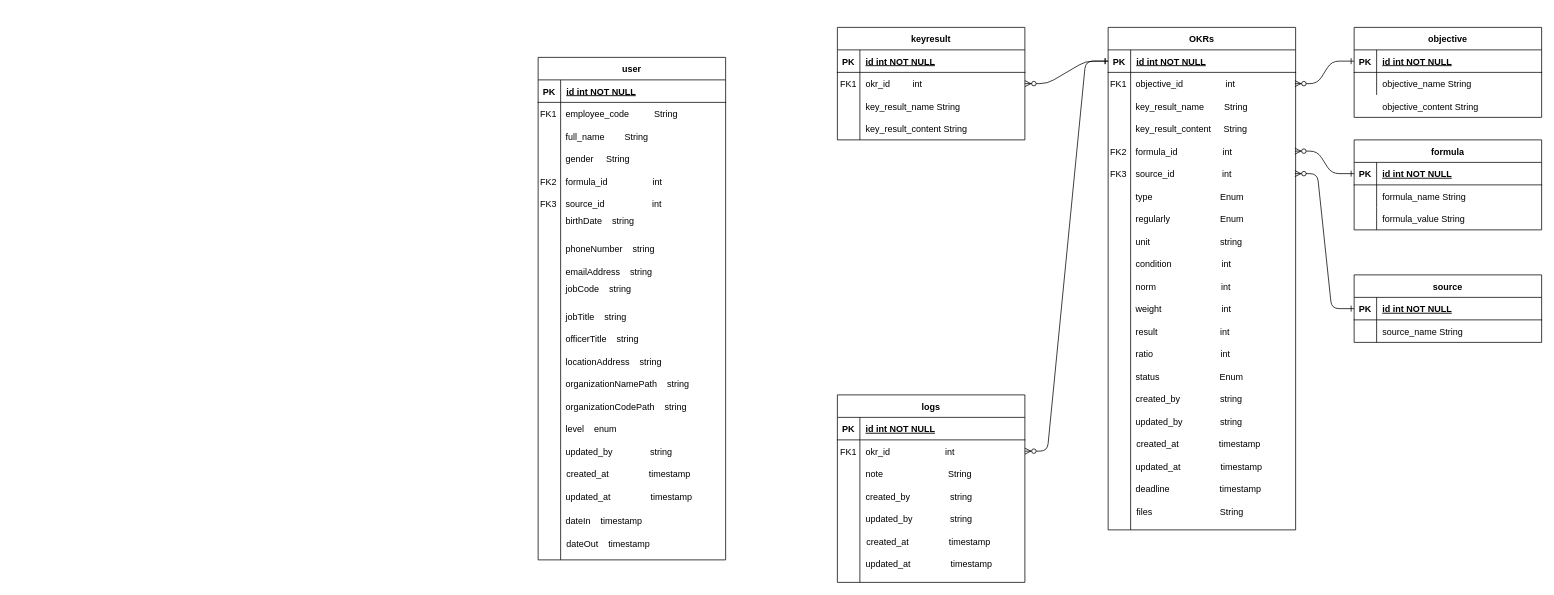
Above: Biểu đồ không có tiêu đề.drawio in Giangphhe228/employeeManage (draw.io), before the change. Source tidied: cells renumbered, new cells numbered last; positions are measured from the earlier drawing's top-left corner, leaving out a move shared by most shapes. Both pictures are drawn from the tidied source at 75%, with x=0, y=0 at pixel (537, 27).
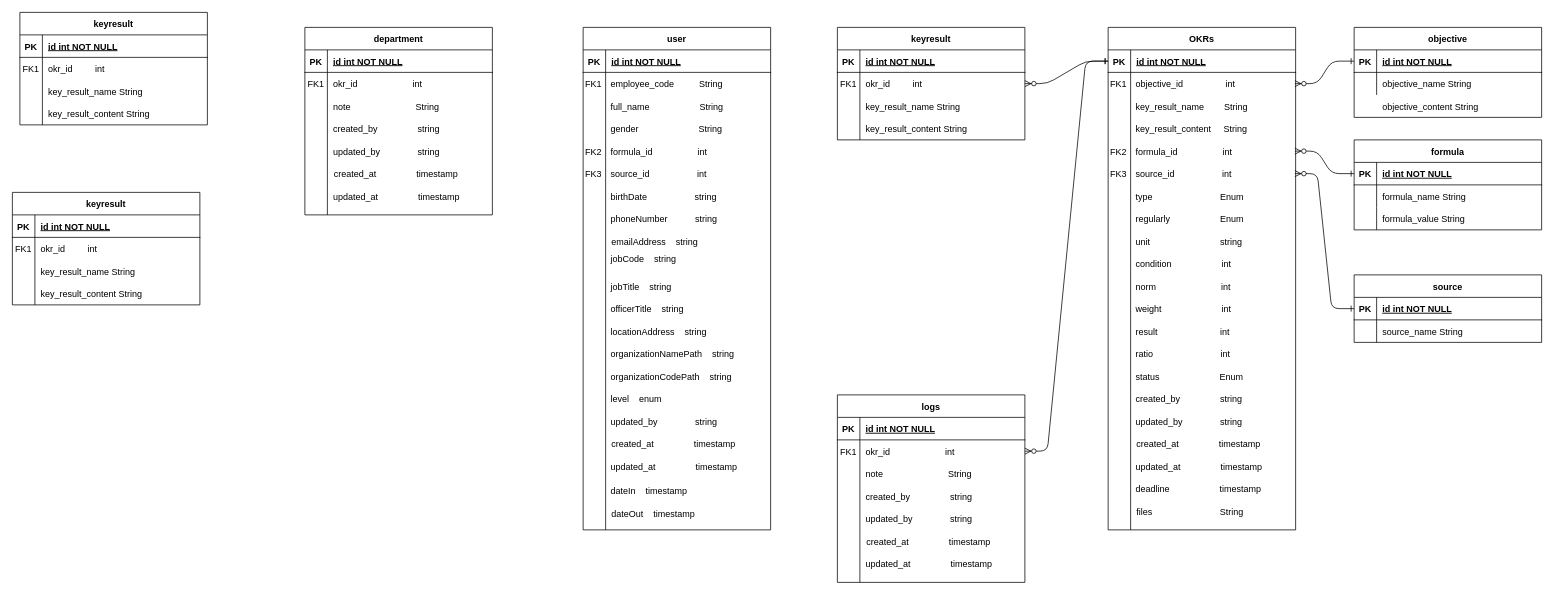
The same diagram, later.

Commit message (it also covers changes not shown here):
Cập nhật Biểu đồ không có tiêu đề.drawio

Change to the diagram source:
```diff
@@
     <mxCell id="125" value="user" style="shape=table;startSize=30;childLayout=tableLayout;rowLines=0;fontStyle=1;align=center;" parent="1" vertex="1">
-      <mxGeometry x="1" y="40" width="250" height="670" as="geometry" />
+      <mxGeometry x="61" width="250" height="670" as="geometry" />
     </mxCell>
@@
     <mxCell id="132" style="shape=partialRectangle;fillColor=none;top=0;left=0;right=0;bottom=0;" parent="1" vertex="1">
-      <mxGeometry y="100" width="250" height="30" as="geometry" />
+      <mxGeometry x="60" y="60" width="250" height="30" as="geometry" />
     </mxCell>
@@
     <mxCell id="135" style="shape=partialRectangle;fillColor=none;top=0;left=0;right=0;bottom=0;" parent="1" vertex="1">
-      <mxGeometry y="130" width="250" height="30" as="geometry" />
+      <mxGeometry x="60" y="90" width="250" height="30" as="geometry" />
     </mxCell>
@@
-    <mxCell id="137" value="full_name        String" style="shape=partialRectangle;overflow=hidden;fillColor=none;top=0;left=0;bottom=0;right=0;align=left;spacingLeft=6;" parent="135" vertex="1">
+    <mxCell id="137" value="full_name                    String" style="shape=partialRectangle;overflow=hidden;fillColor=none;top=0;left=0;bottom=0;right=0;align=left;spacingLeft=6;" parent="135" vertex="1">
       <mxGeometry x="30" width="220" height="30" as="geometry" />
     </mxCell>
     <mxCell id="138" style="shape=partialRectangle;fillColor=none;top=0;left=0;right=0;bottom=0;" parent="1" vertex="1">
-      <mxGeometry y="160" width="250" height="30" as="geometry" />
+      <mxGeometry x="60" y="120" width="250" height="30" as="geometry" />
     </mxCell>
@@
-    <mxCell id="140" value="gender     String" style="shape=partialRectangle;overflow=hidden;fillColor=none;top=0;left=0;bottom=0;right=0;align=left;spacingLeft=6;" parent="138" vertex="1">
+    <mxCell id="140" value="gender                        String" style="shape=partialRectangle;overflow=hidden;fillColor=none;top=0;left=0;bottom=0;right=0;align=left;spacingLeft=6;" parent="138" vertex="1">
       <mxGeometry x="30" width="220" height="30" as="geometry" />
     </mxCell>
     <mxCell id="141" style="shape=partialRectangle;fillColor=none;top=0;left=0;right=0;bottom=0;" parent="1" vertex="1">
-      <mxGeometry y="190" width="250" height="30" as="geometry" />
+      <mxGeometry x="60" y="150" width="250" height="30" as="geometry" />
     </mxCell>
@@
     <mxCell id="144" style="shape=partialRectangle;fillColor=none;top=0;left=0;right=0;bottom=0;" parent="1" vertex="1">
-      <mxGeometry y="220" width="250" height="30" as="geometry" />
+      <mxGeometry x="60" y="180" width="250" height="30" as="geometry" />
     </mxCell>
@@
     <mxCell id="147" style="shape=partialRectangle;fillColor=none;top=0;left=0;right=0;bottom=0;" parent="1" vertex="1">
-      <mxGeometry y="250" width="250" height="30" as="geometry" />
+      <mxGeometry x="60" y="210" width="250" height="30" as="geometry" />
     </mxCell>
@@
-    <mxCell id="149" value="birthDate    string&#10;" style="shape=partialRectangle;overflow=hidden;fillColor=none;top=0;left=0;bottom=0;right=0;align=left;spacingLeft=6;" parent="147" vertex="1">
+    <mxCell id="149" value="birthDate                   string" style="shape=partialRectangle;overflow=hidden;fillColor=none;top=0;left=0;bottom=0;right=0;align=left;spacingLeft=6;" parent="147" vertex="1">
       <mxGeometry x="30" width="220" height="30" as="geometry" />
     </mxCell>
     <mxCell id="150" style="shape=partialRectangle;fillColor=none;top=0;left=0;right=0;bottom=0;" parent="1" vertex="1">
-      <mxGeometry y="280" width="250" height="30" as="geometry" />
+      <mxGeometry x="60" y="240" width="250" height="30" as="geometry" />
     </mxCell>
@@
-    <mxCell id="152" value="phoneNumber    string" style="shape=partialRectangle;overflow=hidden;fillColor=none;top=0;left=0;bottom=0;right=0;align=left;spacingLeft=6;" parent="150" vertex="1">
+    <mxCell id="152" value="phoneNumber           string" style="shape=partialRectangle;overflow=hidden;fillColor=none;top=0;left=0;bottom=0;right=0;align=left;spacingLeft=6;" parent="150" vertex="1">
       <mxGeometry x="30" width="220" height="30" as="geometry" />
     </mxCell>
     <mxCell id="153" style="shape=partialRectangle;fillColor=none;top=0;left=0;right=0;bottom=0;" parent="1" vertex="1">
-      <mxGeometry y="310" width="250" height="30" as="geometry" />
+      <mxGeometry x="60" y="270" width="250" height="30" as="geometry" />
     </mxCell>
@@
-    <mxCell id="155" value="emailAddress    string" style="shape=partialRectangle;overflow=hidden;fillColor=none;top=0;left=0;bottom=0;right=0;align=left;spacingLeft=6;" parent="153" vertex="1">
+    <mxCell id="155" value="emailAddress    string" style="shape=partialRectangle;overflow=hidden;fillColor=none;top=0;left=0;bottom=0;right=0;align=left;spacingLeft=6;spacing=3;" parent="153" vertex="1">
       <mxGeometry x="30" width="220" height="30" as="geometry" />
     </mxCell>
     <mxCell id="156" style="shape=partialRectangle;fillColor=none;top=0;left=0;right=0;bottom=0;" parent="1" vertex="1">
-      <mxGeometry y="340" width="250" height="30" as="geometry" />
+      <mxGeometry x="60" y="300" width="250" height="30" as="geometry" />
     </mxCell>
@@
     <mxCell id="159" style="shape=partialRectangle;fillColor=none;top=0;left=0;right=0;bottom=0;" parent="1" vertex="1">
-      <mxGeometry y="370" width="250" height="30" as="geometry" />
+      <mxGeometry x="60" y="330" width="250" height="30" as="geometry" />
     </mxCell>
@@
     <mxCell id="162" style="shape=partialRectangle;fillColor=none;top=0;left=0;right=0;bottom=0;" parent="1" vertex="1">
-      <mxGeometry y="400" width="250" height="30" as="geometry" />
+      <mxGeometry x="60" y="360" width="250" height="30" as="geometry" />
     </mxCell>
@@
     <mxCell id="165" style="shape=partialRectangle;fillColor=none;top=0;left=0;right=0;bottom=0;" parent="1" vertex="1">
-      <mxGeometry y="430" width="250" height="30" as="geometry" />
+      <mxGeometry x="60" y="390" width="250" height="30" as="geometry" />
     </mxCell>
@@
     <mxCell id="168" style="shape=partialRectangle;fillColor=none;top=0;left=0;right=0;bottom=0;" parent="1" vertex="1">
-      <mxGeometry y="460" width="250" height="30" as="geometry" />
+      <mxGeometry x="60" y="420" width="250" height="30" as="geometry" />
     </mxCell>
@@
     <mxCell id="171" style="shape=partialRectangle;fillColor=none;top=0;left=0;right=0;bottom=0;" parent="1" vertex="1">
-      <mxGeometry y="490" width="250" height="30" as="geometry" />
+      <mxGeometry x="60" y="450" width="250" height="30" as="geometry" />
     </mxCell>
@@
     <mxCell id="174" style="shape=partialRectangle;fillColor=none;top=0;left=0;right=0;bottom=0;" parent="1" vertex="1">
-      <mxGeometry y="520" width="250" height="30" as="geometry" />
+      <mxGeometry x="60" y="480" width="250" height="30" as="geometry" />
     </mxCell>
@@
     <mxCell id="177" style="shape=partialRectangle;fillColor=none;top=0;left=0;right=0;bottom=0;" parent="1" vertex="1">
-      <mxGeometry y="550" width="250" height="30" as="geometry" />
+      <mxGeometry x="60" y="510" width="250" height="30" as="geometry" />
     </mxCell>
@@
     <mxCell id="180" value="created_at                timestamp" style="shape=partialRectangle;overflow=hidden;fillColor=none;top=0;left=0;bottom=0;right=0;align=left;spacingLeft=6;" parent="1" vertex="1">
-      <mxGeometry x="31" y="580" width="220" height="30" as="geometry" />
+      <mxGeometry x="91" y="540" width="220" height="30" as="geometry" />
     </mxCell>
     <mxCell id="181" value="updated_at                timestamp" style="shape=partialRectangle;overflow=hidden;fillColor=none;top=0;left=0;bottom=0;right=0;align=left;spacingLeft=6;" parent="1" vertex="1">
-      <mxGeometry x="30" y="610" width="220" height="30" as="geometry" />
+      <mxGeometry x="90" y="570" width="220" height="30" as="geometry" />
     </mxCell>
     <mxCell id="182" value="dateIn    timestamp&#10; " style="shape=partialRectangle;overflow=hidden;fillColor=none;top=0;left=0;bottom=0;right=0;align=left;spacingLeft=6;" parent="1" vertex="1">
-      <mxGeometry x="30" y="650" width="220" height="30" as="geometry" />
+      <mxGeometry x="90" y="610" width="220" height="30" as="geometry" />
     </mxCell>
     <mxCell id="183" value="dateOut    timestamp&#10;" style="shape=partialRectangle;overflow=hidden;fillColor=none;top=0;left=0;bottom=0;right=0;align=left;spacingLeft=6;" parent="1" vertex="1">
-      <mxGeometry x="31" y="680" width="220" height="30" as="geometry" />
+      <mxGeometry x="91" y="640" width="220" height="30" as="geometry" />
     </mxCell>
+    <mxCell id="184" value="department" style="shape=table;startSize=30;childLayout=tableLayout;rowLines=0;fontStyle=1;align=center;" parent="1" vertex="1">
+      <mxGeometry x="-310" width="250" height="250" as="geometry" />
+    </mxCell>
+    <mxCell id="185" style="shape=partialRectangle;fillColor=none;top=0;left=0;right=0;bottom=1;" parent="184" vertex="1">
+      <mxGeometry y="30" width="250" height="30" as="geometry" />
+    </mxCell>
+    <mxCell id="186" value="PK" style="shape=partialRectangle;overflow=hidden;fillColor=none;top=0;left=0;bottom=0;right=0;fontStyle=1;" parent="185" vertex="1">
+      <mxGeometry width="30" height="30" as="geometry" />
+    </mxCell>
+    <mxCell id="187" value="id int NOT NULL " style="shape=partialRectangle;overflow=hidden;fillColor=none;top=0;left=0;bottom=0;right=0;align=left;spacingLeft=6;fontStyle=5;" parent="185" vertex="1">
+      <mxGeometry x="30" width="220" height="30" as="geometry" />
+    </mxCell>
+    <mxCell id="188" style="shape=partialRectangle;fillColor=none;top=0;left=0;right=0;bottom=0;" parent="184" vertex="1">
+      <mxGeometry y="60" width="250" height="190" as="geometry" />
+    </mxCell>
+    <mxCell id="189" style="shape=partialRectangle;overflow=hidden;fillColor=none;top=0;left=0;bottom=0;right=0;" parent="188" vertex="1">
+      <mxGeometry width="30" height="190" as="geometry" />
+    </mxCell>
+    <mxCell id="190" style="shape=partialRectangle;overflow=hidden;fillColor=none;top=0;left=0;bottom=0;right=0;align=left;spacingLeft=6;" parent="188" vertex="1">
+      <mxGeometry x="30" width="220" height="190" as="geometry" />
+    </mxCell>
+    <mxCell id="191" value="note                          String" style="shape=partialRectangle;overflow=hidden;fillColor=none;top=0;left=0;bottom=0;right=0;align=left;spacingLeft=6;" parent="1" vertex="1">
+      <mxGeometry x="-280" y="90" width="220" height="30" as="geometry" />
+    </mxCell>
+    <mxCell id="192" style="shape=partialRectangle;fillColor=none;top=0;left=0;right=0;bottom=0;" parent="1" vertex="1">
+      <mxGeometry x="-310" y="60" width="250" height="30" as="geometry" />
+    </mxCell>
+    <mxCell id="193" value="FK1" style="shape=partialRectangle;overflow=hidden;fillColor=none;top=0;left=0;bottom=0;right=0;" parent="192" vertex="1">
+      <mxGeometry width="30" height="30" as="geometry" />
+    </mxCell>
+    <mxCell id="194" value="okr_id                       int" style="shape=partialRectangle;overflow=hidden;fillColor=none;top=0;left=0;bottom=0;right=0;align=left;spacingLeft=6;" parent="192" vertex="1">
+      <mxGeometry x="30" width="220" height="30" as="geometry" />
+    </mxCell>
+    <mxCell id="195" style="shape=partialRectangle;fillColor=none;top=0;left=0;right=0;bottom=0;" parent="1" vertex="1">
+      <mxGeometry x="-310" y="120" width="250" height="30" as="geometry" />
+    </mxCell>
+    <mxCell id="196" style="shape=partialRectangle;overflow=hidden;fillColor=none;top=0;left=0;bottom=0;right=0;" parent="195" vertex="1">
+      <mxGeometry width="30" height="30" as="geometry" />
+    </mxCell>
+    <mxCell id="197" value="created_by                string" style="shape=partialRectangle;overflow=hidden;fillColor=none;top=0;left=0;bottom=0;right=0;align=left;spacingLeft=6;" parent="195" vertex="1">
+      <mxGeometry x="30" width="220" height="30" as="geometry" />
+    </mxCell>
+    <mxCell id="198" style="shape=partialRectangle;fillColor=none;top=0;left=0;right=0;bottom=0;" parent="1" vertex="1">
+      <mxGeometry x="-310" y="150" width="250" height="30" as="geometry" />
+    </mxCell>
+    <mxCell id="199" style="shape=partialRectangle;overflow=hidden;fillColor=none;top=0;left=0;bottom=0;right=0;" parent="198" vertex="1">
+      <mxGeometry width="30" height="30" as="geometry" />
+    </mxCell>
+    <mxCell id="200" value="updated_by               string" style="shape=partialRectangle;overflow=hidden;fillColor=none;top=0;left=0;bottom=0;right=0;align=left;spacingLeft=6;" parent="198" vertex="1">
+      <mxGeometry x="30" width="220" height="30" as="geometry" />
+    </mxCell>
+    <mxCell id="201" value="created_at                timestamp" style="shape=partialRectangle;overflow=hidden;fillColor=none;top=0;left=0;bottom=0;right=0;align=left;spacingLeft=6;" parent="1" vertex="1">
+      <mxGeometry x="-279" y="180" width="220" height="30" as="geometry" />
+    </mxCell>
+    <mxCell id="202" value="updated_at                timestamp" style="shape=partialRectangle;overflow=hidden;fillColor=none;top=0;left=0;bottom=0;right=0;align=left;spacingLeft=6;" parent="1" vertex="1">
+      <mxGeometry x="-280" y="210" width="220" height="30" as="geometry" />
+    </mxCell>
+    <mxCell id="203" value="keyresult" style="shape=table;startSize=30;childLayout=tableLayout;rowLines=0;fontStyle=1;align=center;" parent="1" vertex="1">
+      <mxGeometry x="-700" y="220" width="250" height="150" as="geometry" />
+    </mxCell>
+    <mxCell id="204" style="shape=partialRectangle;fillColor=none;top=0;left=0;right=0;bottom=1;" parent="203" vertex="1">
+      <mxGeometry y="30" width="250" height="30" as="geometry" />
+    </mxCell>
+    <mxCell id="205" value="PK" style="shape=partialRectangle;overflow=hidden;fillColor=none;top=0;left=0;bottom=0;right=0;fontStyle=1;" parent="204" vertex="1">
+      <mxGeometry width="30" height="30" as="geometry" />
+    </mxCell>
+    <mxCell id="206" value="id int NOT NULL " style="shape=partialRectangle;overflow=hidden;fillColor=none;top=0;left=0;bottom=0;right=0;align=left;spacingLeft=6;fontStyle=5;" parent="204" vertex="1">
+      <mxGeometry x="30" width="220" height="30" as="geometry" />
+    </mxCell>
+    <mxCell id="207" style="shape=partialRectangle;fillColor=none;top=0;left=0;right=0;bottom=0;" parent="203" vertex="1">
+      <mxGeometry y="60" width="250" height="90" as="geometry" />
+    </mxCell>
+    <mxCell id="208" style="shape=partialRectangle;overflow=hidden;fillColor=none;top=0;left=0;bottom=0;right=0;" parent="207" vertex="1">
+      <mxGeometry width="30" height="90" as="geometry" />
+    </mxCell>
+    <mxCell id="209" style="shape=partialRectangle;overflow=hidden;fillColor=none;top=0;left=0;bottom=0;right=0;align=left;spacingLeft=6;" parent="207" vertex="1">
+      <mxGeometry x="30" width="220" height="90" as="geometry" />
+    </mxCell>
+    <mxCell id="210" value="key_result_name String" style="shape=partialRectangle;overflow=hidden;fillColor=none;top=0;left=0;bottom=0;right=0;align=left;spacingLeft=6;" parent="1" vertex="1">
+      <mxGeometry x="-670" y="310" width="220" height="30" as="geometry" />
+    </mxCell>
+    <mxCell id="211" value="key_result_content String" style="shape=partialRectangle;overflow=hidden;fillColor=none;top=0;left=0;bottom=0;right=0;align=left;spacingLeft=6;" parent="1" vertex="1">
+      <mxGeometry x="-670" y="340" width="220" height="30" as="geometry" />
+    </mxCell>
+    <mxCell id="212" style="shape=partialRectangle;fillColor=none;top=0;left=0;right=0;bottom=0;" parent="1" vertex="1">
+      <mxGeometry x="-700" y="280" width="250" height="30" as="geometry" />
+    </mxCell>
+    <mxCell id="213" value="FK1" style="shape=partialRectangle;overflow=hidden;fillColor=none;top=0;left=0;bottom=0;right=0;" parent="212" vertex="1">
+      <mxGeometry width="30" height="30" as="geometry" />
+    </mxCell>
+    <mxCell id="214" value="okr_id         int" style="shape=partialRectangle;overflow=hidden;fillColor=none;top=0;left=0;bottom=0;right=0;align=left;spacingLeft=6;" parent="212" vertex="1">
+      <mxGeometry x="30" width="220" height="30" as="geometry" />
+    </mxCell>
+    <mxCell id="215" value="keyresult" style="shape=table;startSize=30;childLayout=tableLayout;rowLines=0;fontStyle=1;align=center;" parent="1" vertex="1">
+      <mxGeometry x="-690" y="-20" width="250" height="150" as="geometry" />
+    </mxCell>
+    <mxCell id="216" style="shape=partialRectangle;fillColor=none;top=0;left=0;right=0;bottom=1;" parent="215" vertex="1">
+      <mxGeometry y="30" width="250" height="30" as="geometry" />
+    </mxCell>
+    <mxCell id="217" value="PK" style="shape=partialRectangle;overflow=hidden;fillColor=none;top=0;left=0;bottom=0;right=0;fontStyle=1;" parent="216" vertex="1">
+      <mxGeometry width="30" height="30" as="geometry" />
+    </mxCell>
+    <mxCell id="218" value="id int NOT NULL " style="shape=partialRectangle;overflow=hidden;fillColor=none;top=0;left=0;bottom=0;right=0;align=left;spacingLeft=6;fontStyle=5;" parent="216" vertex="1">
+      <mxGeometry x="30" width="220" height="30" as="geometry" />
+    </mxCell>
+    <mxCell id="219" style="shape=partialRectangle;fillColor=none;top=0;left=0;right=0;bottom=0;" parent="215" vertex="1">
+      <mxGeometry y="60" width="250" height="90" as="geometry" />
+    </mxCell>
+    <mxCell id="220" style="shape=partialRectangle;overflow=hidden;fillColor=none;top=0;left=0;bottom=0;right=0;" parent="219" vertex="1">
+      <mxGeometry width="30" height="90" as="geometry" />
+    </mxCell>
+    <mxCell id="221" style="shape=partialRectangle;overflow=hidden;fillColor=none;top=0;left=0;bottom=0;right=0;align=left;spacingLeft=6;" parent="219" vertex="1">
+      <mxGeometry x="30" width="220" height="90" as="geometry" />
+    </mxCell>
+    <mxCell id="222" value="key_result_name String" style="shape=partialRectangle;overflow=hidden;fillColor=none;top=0;left=0;bottom=0;right=0;align=left;spacingLeft=6;" parent="1" vertex="1">
+      <mxGeometry x="-660" y="70" width="220" height="30" as="geometry" />
+    </mxCell>
+    <mxCell id="223" value="key_result_content String" style="shape=partialRectangle;overflow=hidden;fillColor=none;top=0;left=0;bottom=0;right=0;align=left;spacingLeft=6;" parent="1" vertex="1">
+      <mxGeometry x="-660" y="100" width="220" height="30" as="geometry" />
+    </mxCell>
+    <mxCell id="224" style="shape=partialRectangle;fillColor=none;top=0;left=0;right=0;bottom=0;" parent="1" vertex="1">
+      <mxGeometry x="-690" y="40" width="250" height="30" as="geometry" />
+    </mxCell>
+    <mxCell id="225" value="FK1" style="shape=partialRectangle;overflow=hidden;fillColor=none;top=0;left=0;bottom=0;right=0;" parent="224" vertex="1">
+      <mxGeometry width="30" height="30" as="geometry" />
+    </mxCell>
+    <mxCell id="226" value="okr_id         int" style="shape=partialRectangle;overflow=hidden;fillColor=none;top=0;left=0;bottom=0;right=0;align=left;spacingLeft=6;" parent="224" vertex="1">
+      <mxGeometry x="30" width="220" height="30" as="geometry" />
+    </mxCell>
```
